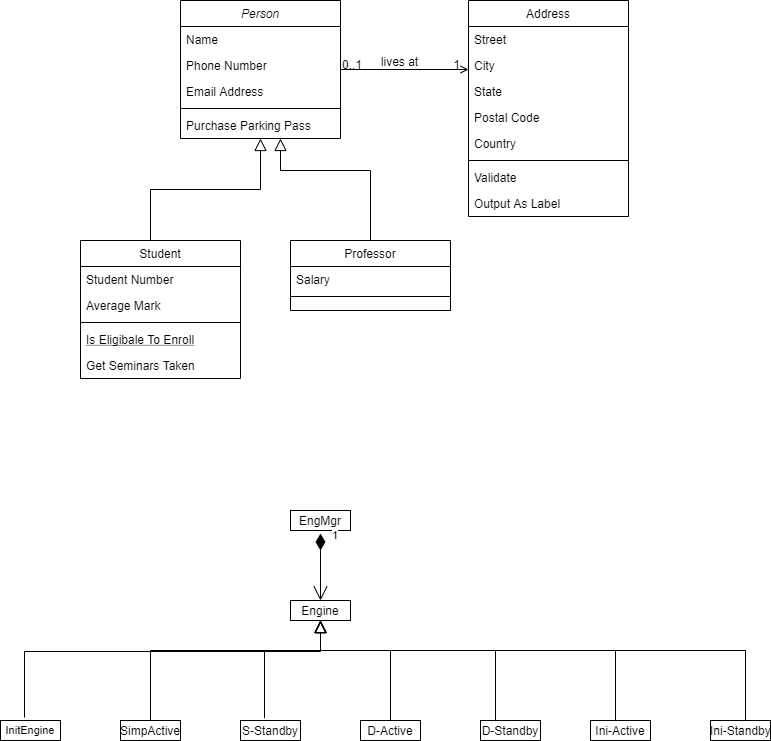
Above: UML/Engine.png in Steve888888/FN-Redundancy (draw.io), before the change. Source tidied: cells renumbered, new cells last; positions are measured from the earlier drawing's top-left corner, leaving out a move shared by most shapes. Source of this version:
```xml
<mxGraphModel>
  <root>
    <mxCell id="0" />
    <mxCell id="1" parent="0" />
    <mxCell id="2" value="Person" style="swimlane;fontStyle=2;align=center;verticalAlign=top;horizontal=1;startSize=26;rounded=0;shadow=0;strokeWidth=1;" parent="1" vertex="1">
      <mxGeometry x="180" width="160" height="138" as="geometry" />
    </mxCell>
    <mxCell id="3" value="Name" style="text;align=left;verticalAlign=top;spacingLeft=4;spacingRight=4;overflow=hidden;" parent="2" vertex="1">
      <mxGeometry y="26" width="160" height="26" as="geometry" />
    </mxCell>
    <mxCell id="4" value="Phone Number" style="text;align=left;verticalAlign=top;spacingLeft=4;spacingRight=4;overflow=hidden;rounded=0;shadow=0;html=0;" parent="2" vertex="1">
      <mxGeometry y="52" width="160" height="26" as="geometry" />
    </mxCell>
    <mxCell id="5" value="Email Address" style="text;align=left;verticalAlign=top;spacingLeft=4;spacingRight=4;overflow=hidden;rounded=0;shadow=0;html=0;" parent="2" vertex="1">
      <mxGeometry y="78" width="160" height="26" as="geometry" />
    </mxCell>
    <mxCell id="6" style="line;html=1;strokeWidth=1;align=left;verticalAlign=middle;spacingTop=-1;spacingLeft=3;spacingRight=3;labelPosition=right;" parent="2" vertex="1">
      <mxGeometry y="104" width="160" height="8" as="geometry" />
    </mxCell>
    <mxCell id="7" value="Purchase Parking Pass" style="text;align=left;verticalAlign=top;spacingLeft=4;spacingRight=4;overflow=hidden;" parent="2" vertex="1">
      <mxGeometry y="112" width="160" height="26" as="geometry" />
    </mxCell>
    <mxCell id="8" value="Student" style="swimlane;fontStyle=0;align=center;verticalAlign=top;horizontal=1;startSize=26;rounded=0;shadow=0;strokeWidth=1;" parent="1" vertex="1">
      <mxGeometry x="80" y="240" width="160" height="138" as="geometry" />
    </mxCell>
    <mxCell id="9" value="Student Number" style="text;align=left;verticalAlign=top;spacingLeft=4;spacingRight=4;overflow=hidden;" parent="8" vertex="1">
      <mxGeometry y="26" width="160" height="26" as="geometry" />
    </mxCell>
    <mxCell id="10" value="Average Mark" style="text;align=left;verticalAlign=top;spacingLeft=4;spacingRight=4;overflow=hidden;rounded=0;shadow=0;html=0;" parent="8" vertex="1">
      <mxGeometry y="52" width="160" height="26" as="geometry" />
    </mxCell>
    <mxCell id="11" style="line;html=1;strokeWidth=1;align=left;verticalAlign=middle;spacingTop=-1;spacingLeft=3;spacingRight=3;labelPosition=right;" parent="8" vertex="1">
      <mxGeometry y="78" width="160" height="8" as="geometry" />
    </mxCell>
    <mxCell id="12" value="Is Eligibale To Enroll" style="text;align=left;verticalAlign=top;spacingLeft=4;spacingRight=4;overflow=hidden;fontStyle=4;" parent="8" vertex="1">
      <mxGeometry y="86" width="160" height="26" as="geometry" />
    </mxCell>
    <mxCell id="13" value="Get Seminars Taken" style="text;align=left;verticalAlign=top;spacingLeft=4;spacingRight=4;overflow=hidden;" parent="8" vertex="1">
      <mxGeometry y="112" width="160" height="26" as="geometry" />
    </mxCell>
    <mxCell id="14" style="endArrow=block;endSize=10;endFill=0;shadow=0;strokeWidth=1;rounded=0;edgeStyle=elbowEdgeStyle;elbow=vertical;" parent="1" edge="1" source="8" target="2">
      <mxGeometry relative="1" as="geometry">
        <Array as="points">
          <mxPoint x="150" y="189" />
        </Array>
      </mxGeometry>
    </mxCell>
    <mxCell id="15" value="Professor" style="swimlane;fontStyle=0;align=center;verticalAlign=top;horizontal=1;startSize=26;rounded=0;shadow=0;strokeWidth=1;" parent="1" vertex="1">
      <mxGeometry x="290" y="240" width="160" height="70" as="geometry" />
    </mxCell>
    <mxCell id="16" value="Salary" style="text;align=left;verticalAlign=top;spacingLeft=4;spacingRight=4;overflow=hidden;" parent="15" vertex="1">
      <mxGeometry y="26" width="160" height="26" as="geometry" />
    </mxCell>
    <mxCell id="17" style="line;html=1;strokeWidth=1;align=left;verticalAlign=middle;spacingTop=-1;spacingLeft=3;spacingRight=3;labelPosition=right;" parent="15" vertex="1">
      <mxGeometry y="52" width="160" height="8" as="geometry" />
    </mxCell>
    <mxCell id="18" style="endArrow=block;endSize=10;endFill=0;shadow=0;strokeWidth=1;rounded=0;edgeStyle=elbowEdgeStyle;elbow=vertical;" parent="1" edge="1" source="15" target="2">
      <mxGeometry relative="1" as="geometry">
        <Array as="points">
          <mxPoint x="280" y="170" />
        </Array>
      </mxGeometry>
    </mxCell>
    <mxCell id="19" value="Address" style="swimlane;fontStyle=0;align=center;verticalAlign=top;horizontal=1;startSize=26;rounded=0;shadow=0;strokeWidth=1;" parent="1" vertex="1">
      <mxGeometry x="468" width="160" height="216" as="geometry" />
    </mxCell>
    <mxCell id="20" value="Street" style="text;align=left;verticalAlign=top;spacingLeft=4;spacingRight=4;overflow=hidden;" parent="19" vertex="1">
      <mxGeometry y="26" width="160" height="26" as="geometry" />
    </mxCell>
    <mxCell id="21" value="City" style="text;align=left;verticalAlign=top;spacingLeft=4;spacingRight=4;overflow=hidden;rounded=0;shadow=0;html=0;" parent="19" vertex="1">
      <mxGeometry y="52" width="160" height="26" as="geometry" />
    </mxCell>
    <mxCell id="22" value="State" style="text;align=left;verticalAlign=top;spacingLeft=4;spacingRight=4;overflow=hidden;rounded=0;shadow=0;html=0;" parent="19" vertex="1">
      <mxGeometry y="78" width="160" height="26" as="geometry" />
    </mxCell>
    <mxCell id="23" value="Postal Code" style="text;align=left;verticalAlign=top;spacingLeft=4;spacingRight=4;overflow=hidden;rounded=0;shadow=0;html=0;" parent="19" vertex="1">
      <mxGeometry y="104" width="160" height="26" as="geometry" />
    </mxCell>
    <mxCell id="24" value="Country" style="text;align=left;verticalAlign=top;spacingLeft=4;spacingRight=4;overflow=hidden;rounded=0;shadow=0;html=0;" parent="19" vertex="1">
      <mxGeometry y="130" width="160" height="26" as="geometry" />
    </mxCell>
    <mxCell id="25" style="line;html=1;strokeWidth=1;align=left;verticalAlign=middle;spacingTop=-1;spacingLeft=3;spacingRight=3;labelPosition=right;" parent="19" vertex="1">
      <mxGeometry y="156" width="160" height="8" as="geometry" />
    </mxCell>
    <mxCell id="26" value="Validate" style="text;align=left;verticalAlign=top;spacingLeft=4;spacingRight=4;overflow=hidden;" parent="19" vertex="1">
      <mxGeometry y="164" width="160" height="26" as="geometry" />
    </mxCell>
    <mxCell id="27" value="Output As Label" style="text;align=left;verticalAlign=top;spacingLeft=4;spacingRight=4;overflow=hidden;" parent="19" vertex="1">
      <mxGeometry y="190" width="160" height="26" as="geometry" />
    </mxCell>
    <mxCell id="28" style="endArrow=open;shadow=0;strokeWidth=1;rounded=0;endFill=1;edgeStyle=elbowEdgeStyle;elbow=vertical;" parent="1" edge="1" source="2" target="19">
      <mxGeometry x="0.5" y="41" relative="1" as="geometry">
        <mxPoint x="-40" y="32" as="offset" />
      </mxGeometry>
    </mxCell>
    <mxCell id="29" value="0..1" style="align=left;verticalAlign=bottom;labelBackgroundColor=none;fontSize=12;" parent="28" vertex="1">
      <mxGeometry x="-1" relative="1" as="geometry">
        <mxPoint y="4" as="offset" />
      </mxGeometry>
    </mxCell>
    <mxCell id="30" value="1" style="align=right;verticalAlign=bottom;labelBackgroundColor=none;fontSize=12;" parent="28" vertex="1">
      <mxGeometry x="1" relative="1" as="geometry">
        <mxPoint x="-7" y="4" as="offset" />
      </mxGeometry>
    </mxCell>
    <mxCell id="31" value="lives at" style="text;html=1;align=center;verticalAlign=middle;labelBackgroundColor=none;rounded=0;shadow=0;strokeWidth=1;fontSize=12;" parent="28" vertex="1">
      <mxGeometry x="0.5" y="49" relative="1" as="geometry">
        <mxPoint x="-38" y="40" as="offset" />
      </mxGeometry>
    </mxCell>
    <mxCell id="32" value="&lt;p style=&quot;margin: 0px ; margin-top: 4px ; text-align: center&quot;&gt;Engine&lt;/p&gt;&lt;hr size=&quot;1&quot;&gt;&lt;div style=&quot;height: 2px&quot;&gt;&lt;/div&gt;" style="verticalAlign=top;align=left;overflow=fill;fontSize=12;fontFamily=Helvetica;html=1;" parent="1" vertex="1">
      <mxGeometry x="290" y="600" width="60" height="20" as="geometry" />
    </mxCell>
    <mxCell id="33" style="endArrow=block;endSize=10;endFill=0;shadow=0;strokeWidth=1;rounded=0;edgeStyle=elbowEdgeStyle;elbow=vertical;" parent="1" edge="1">
      <mxGeometry relative="1" as="geometry">
        <mxPoint x="390" y="720" as="sourcePoint" />
        <mxPoint x="320" y="620" as="targetPoint" />
        <Array as="points">
          <mxPoint x="300" y="650" />
        </Array>
      </mxGeometry>
    </mxCell>
    <mxCell id="34" value="&lt;p style=&quot;margin: 4px 0px 0px ; text-align: center ; font-size: 11px&quot;&gt;&lt;font style=&quot;font-size: 11px&quot;&gt;InitEngine&lt;br&gt;&lt;/font&gt;&lt;/p&gt;&lt;hr size=&quot;1&quot; style=&quot;font-size: 11px&quot;&gt;&lt;div style=&quot;height: 2px ; font-size: 11px&quot;&gt;&lt;/div&gt;" style="verticalAlign=top;align=left;overflow=fill;fontSize=12;fontFamily=Helvetica;html=1;" parent="1" vertex="1">
      <mxGeometry y="720" width="60" height="20" as="geometry" />
    </mxCell>
    <mxCell id="35" value="&lt;p style=&quot;margin: 4px 0px 0px ; text-align: center&quot;&gt;SimpActive&lt;br&gt;&lt;/p&gt;" style="verticalAlign=top;align=left;overflow=fill;fontSize=12;fontFamily=Helvetica;html=1;" parent="1" vertex="1">
      <mxGeometry x="120" y="720" width="60" height="20" as="geometry" />
    </mxCell>
    <mxCell id="36" value="&lt;p style=&quot;margin: 0px ; margin-top: 4px ; text-align: center&quot;&gt;D-Active&lt;/p&gt;&lt;hr size=&quot;1&quot;&gt;&lt;div style=&quot;height: 2px&quot;&gt;&lt;/div&gt;" style="verticalAlign=top;align=left;overflow=fill;fontSize=12;fontFamily=Helvetica;html=1;" parent="1" vertex="1">
      <mxGeometry x="360" y="720" width="60" height="20" as="geometry" />
    </mxCell>
    <mxCell id="37" value="&lt;p style=&quot;margin: 0px ; margin-top: 4px ; text-align: center&quot;&gt;D-Standby&lt;br&gt;&lt;/p&gt;&lt;hr size=&quot;1&quot;&gt;&lt;div style=&quot;height: 2px&quot;&gt;&lt;/div&gt;" style="verticalAlign=top;align=left;overflow=fill;fontSize=12;fontFamily=Helvetica;html=1;" parent="1" vertex="1">
      <mxGeometry x="480" y="720" width="60" height="20" as="geometry" />
    </mxCell>
    <mxCell id="38" value="&lt;p style=&quot;margin: 0px ; margin-top: 4px ; text-align: center&quot;&gt;Ini-Active&lt;/p&gt;" style="verticalAlign=top;align=left;overflow=fill;fontSize=12;fontFamily=Helvetica;html=1;" parent="1" vertex="1">
      <mxGeometry x="590" y="720" width="60" height="20" as="geometry" />
    </mxCell>
    <mxCell id="39" value="&lt;p style=&quot;margin: 0px ; margin-top: 4px ; text-align: center&quot;&gt;S-Standby&lt;/p&gt;" style="verticalAlign=top;align=left;overflow=fill;fontSize=12;fontFamily=Helvetica;html=1;" parent="1" vertex="1">
      <mxGeometry x="240" y="720" width="60" height="20" as="geometry" />
    </mxCell>
    <mxCell id="40" value="&lt;p style=&quot;margin: 0px ; margin-top: 4px ; text-align: center&quot;&gt;&lt;/p&gt;&lt;div style=&quot;height: 2px&quot;&gt;Ini-Standby&lt;/div&gt;" style="verticalAlign=top;align=left;overflow=fill;fontSize=12;fontFamily=Helvetica;html=1;" parent="1" vertex="1">
      <mxGeometry x="710" y="720" width="60" height="20" as="geometry" />
    </mxCell>
    <mxCell id="41" style="endArrow=block;endSize=10;endFill=0;shadow=0;strokeWidth=1;rounded=0;edgeStyle=elbowEdgeStyle;elbow=vertical;" parent="1" edge="1">
      <mxGeometry relative="1" as="geometry">
        <mxPoint x="495" y="720" as="sourcePoint" />
        <mxPoint x="320" y="620" as="targetPoint" />
        <Array as="points">
          <mxPoint x="420" y="650" />
        </Array>
      </mxGeometry>
    </mxCell>
    <mxCell id="42" style="endArrow=block;endSize=10;endFill=0;shadow=0;strokeWidth=1;rounded=0;edgeStyle=elbowEdgeStyle;elbow=vertical;" parent="1" edge="1">
      <mxGeometry relative="1" as="geometry">
        <mxPoint x="615" y="720" as="sourcePoint" />
        <mxPoint x="320" y="620" as="targetPoint" />
        <Array as="points">
          <mxPoint x="540" y="650" />
        </Array>
      </mxGeometry>
    </mxCell>
    <mxCell id="43" style="endArrow=block;endSize=10;endFill=0;shadow=0;strokeWidth=1;rounded=0;edgeStyle=elbowEdgeStyle;elbow=vertical;" parent="1" edge="1">
      <mxGeometry relative="1" as="geometry">
        <mxPoint x="745" y="720" as="sourcePoint" />
        <mxPoint x="320" y="620" as="targetPoint" />
        <Array as="points">
          <mxPoint x="670" y="650" />
        </Array>
      </mxGeometry>
    </mxCell>
    <mxCell id="44" style="endArrow=block;endSize=10;endFill=0;shadow=0;strokeWidth=1;rounded=0;edgeStyle=elbowEdgeStyle;elbow=vertical;exitX=0.4;exitY=-0.15;exitDx=0;exitDy=0;exitPerimeter=0;" parent="1" edge="1" source="34">
      <mxGeometry relative="1" as="geometry">
        <mxPoint x="320" y="620" as="targetPoint" />
        <Array as="points">
          <mxPoint x="110" y="651" />
        </Array>
      </mxGeometry>
    </mxCell>
    <mxCell id="45" style="endArrow=block;endSize=10;endFill=0;shadow=0;strokeWidth=1;rounded=0;edgeStyle=elbowEdgeStyle;elbow=vertical;exitX=0.5;exitY=0;exitDx=0;exitDy=0;" parent="1" edge="1" source="35">
      <mxGeometry relative="1" as="geometry">
        <mxPoint x="320" y="620" as="targetPoint" />
        <Array as="points">
          <mxPoint x="230" y="650" />
        </Array>
      </mxGeometry>
    </mxCell>
    <mxCell id="46" style="endArrow=block;endSize=10;endFill=0;shadow=0;strokeWidth=1;rounded=0;edgeStyle=elbowEdgeStyle;elbow=vertical;exitX=0.4;exitY=-0.117;exitDx=0;exitDy=0;exitPerimeter=0;" parent="1" edge="1" source="39">
      <mxGeometry relative="1" as="geometry">
        <mxPoint x="320" y="620" as="targetPoint" />
        <Array as="points">
          <mxPoint x="280" y="650" />
          <mxPoint x="290" y="670" />
          <mxPoint x="220" y="681" />
        </Array>
      </mxGeometry>
    </mxCell>
    <mxCell id="47" value="&lt;p style=&quot;margin: 0px ; margin-top: 4px ; text-align: center&quot;&gt;EngMgr&lt;/p&gt;&lt;hr size=&quot;1&quot;&gt;&lt;div style=&quot;height: 2px&quot;&gt;&lt;/div&gt;" style="verticalAlign=top;align=left;overflow=fill;fontSize=12;fontFamily=Helvetica;html=1;" parent="1" vertex="1">
      <mxGeometry x="290" y="510" width="60" height="20" as="geometry" />
    </mxCell>
    <mxCell id="48" value="1" style="endArrow=open;html=1;endSize=12;startArrow=diamondThin;startSize=14;startFill=1;edgeStyle=orthogonalEdgeStyle;align=left;verticalAlign=bottom;" parent="1" edge="1" target="32">
      <mxGeometry x="-0.6" y="10" relative="1" as="geometry">
        <mxPoint x="320" y="550" as="sourcePoint" />
        <Array as="points">
          <mxPoint x="320" y="540" />
          <mxPoint x="320" y="540" />
        </Array>
      </mxGeometry>
    </mxCell>
  </root>
</mxGraphModel>
```
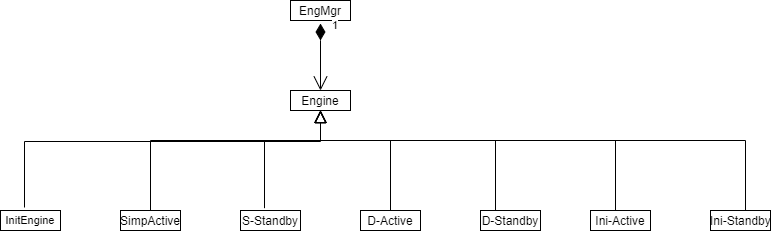
The same diagram one commit later.

Change to the diagram source:
```diff
@@ -2,112 +2,6 @@
   <root>
     <mxCell id="0" />
     <mxCell id="1" parent="0" />
-    <mxCell id="2" value="Person" style="swimlane;fontStyle=2;align=center;verticalAlign=top;horizontal=1;startSize=26;rounded=0;shadow=0;strokeWidth=1;" parent="1" vertex="1">
-      <mxGeometry x="180" width="160" height="138" as="geometry" />
-    </mxCell>
-    <mxCell id="3" value="Name" style="text;align=left;verticalAlign=top;spacingLeft=4;spacingRight=4;overflow=hidden;" parent="2" vertex="1">
-      <mxGeometry y="26" width="160" height="26" as="geometry" />
-    </mxCell>
-    <mxCell id="4" value="Phone Number" style="text;align=left;verticalAlign=top;spacingLeft=4;spacingRight=4;overflow=hidden;rounded=0;shadow=0;html=0;" parent="2" vertex="1">
-      <mxGeometry y="52" width="160" height="26" as="geometry" />
-    </mxCell>
-    <mxCell id="5" value="Email Address" style="text;align=left;verticalAlign=top;spacingLeft=4;spacingRight=4;overflow=hidden;rounded=0;shadow=0;html=0;" parent="2" vertex="1">
-      <mxGeometry y="78" width="160" height="26" as="geometry" />
-    </mxCell>
-    <mxCell id="6" style="line;html=1;strokeWidth=1;align=left;verticalAlign=middle;spacingTop=-1;spacingLeft=3;spacingRight=3;labelPosition=right;" parent="2" vertex="1">
-      <mxGeometry y="104" width="160" height="8" as="geometry" />
-    </mxCell>
-    <mxCell id="7" value="Purchase Parking Pass" style="text;align=left;verticalAlign=top;spacingLeft=4;spacingRight=4;overflow=hidden;" parent="2" vertex="1">
-      <mxGeometry y="112" width="160" height="26" as="geometry" />
-    </mxCell>
-    <mxCell id="8" value="Student" style="swimlane;fontStyle=0;align=center;verticalAlign=top;horizontal=1;startSize=26;rounded=0;shadow=0;strokeWidth=1;" parent="1" vertex="1">
-      <mxGeometry x="80" y="240" width="160" height="138" as="geometry" />
-    </mxCell>
-    <mxCell id="9" value="Student Number" style="text;align=left;verticalAlign=top;spacingLeft=4;spacingRight=4;overflow=hidden;" parent="8" vertex="1">
-      <mxGeometry y="26" width="160" height="26" as="geometry" />
-    </mxCell>
-    <mxCell id="10" value="Average Mark" style="text;align=left;verticalAlign=top;spacingLeft=4;spacingRight=4;overflow=hidden;rounded=0;shadow=0;html=0;" parent="8" vertex="1">
-      <mxGeometry y="52" width="160" height="26" as="geometry" />
-    </mxCell>
-    <mxCell id="11" style="line;html=1;strokeWidth=1;align=left;verticalAlign=middle;spacingTop=-1;spacingLeft=3;spacingRight=3;labelPosition=right;" parent="8" vertex="1">
-      <mxGeometry y="78" width="160" height="8" as="geometry" />
-    </mxCell>
-    <mxCell id="12" value="Is Eligibale To Enroll" style="text;align=left;verticalAlign=top;spacingLeft=4;spacingRight=4;overflow=hidden;fontStyle=4;" parent="8" vertex="1">
-      <mxGeometry y="86" width="160" height="26" as="geometry" />
-    </mxCell>
-    <mxCell id="13" value="Get Seminars Taken" style="text;align=left;verticalAlign=top;spacingLeft=4;spacingRight=4;overflow=hidden;" parent="8" vertex="1">
-      <mxGeometry y="112" width="160" height="26" as="geometry" />
-    </mxCell>
-    <mxCell id="14" style="endArrow=block;endSize=10;endFill=0;shadow=0;strokeWidth=1;rounded=0;edgeStyle=elbowEdgeStyle;elbow=vertical;" parent="1" edge="1" source="8" target="2">
-      <mxGeometry relative="1" as="geometry">
-        <Array as="points">
-          <mxPoint x="150" y="189" />
-        </Array>
-      </mxGeometry>
-    </mxCell>
-    <mxCell id="15" value="Professor" style="swimlane;fontStyle=0;align=center;verticalAlign=top;horizontal=1;startSize=26;rounded=0;shadow=0;strokeWidth=1;" parent="1" vertex="1">
-      <mxGeometry x="290" y="240" width="160" height="70" as="geometry" />
-    </mxCell>
-    <mxCell id="16" value="Salary" style="text;align=left;verticalAlign=top;spacingLeft=4;spacingRight=4;overflow=hidden;" parent="15" vertex="1">
-      <mxGeometry y="26" width="160" height="26" as="geometry" />
-    </mxCell>
-    <mxCell id="17" style="line;html=1;strokeWidth=1;align=left;verticalAlign=middle;spacingTop=-1;spacingLeft=3;spacingRight=3;labelPosition=right;" parent="15" vertex="1">
-      <mxGeometry y="52" width="160" height="8" as="geometry" />
-    </mxCell>
-    <mxCell id="18" style="endArrow=block;endSize=10;endFill=0;shadow=0;strokeWidth=1;rounded=0;edgeStyle=elbowEdgeStyle;elbow=vertical;" parent="1" edge="1" source="15" target="2">
-      <mxGeometry relative="1" as="geometry">
-        <Array as="points">
-          <mxPoint x="280" y="170" />
-        </Array>
-      </mxGeometry>
-    </mxCell>
-    <mxCell id="19" value="Address" style="swimlane;fontStyle=0;align=center;verticalAlign=top;horizontal=1;startSize=26;rounded=0;shadow=0;strokeWidth=1;" parent="1" vertex="1">
-      <mxGeometry x="468" width="160" height="216" as="geometry" />
-    </mxCell>
-    <mxCell id="20" value="Street" style="text;align=left;verticalAlign=top;spacingLeft=4;spacingRight=4;overflow=hidden;" parent="19" vertex="1">
-      <mxGeometry y="26" width="160" height="26" as="geometry" />
-    </mxCell>
-    <mxCell id="21" value="City" style="text;align=left;verticalAlign=top;spacingLeft=4;spacingRight=4;overflow=hidden;rounded=0;shadow=0;html=0;" parent="19" vertex="1">
-      <mxGeometry y="52" width="160" height="26" as="geometry" />
-    </mxCell>
-    <mxCell id="22" value="State" style="text;align=left;verticalAlign=top;spacingLeft=4;spacingRight=4;overflow=hidden;rounded=0;shadow=0;html=0;" parent="19" vertex="1">
-      <mxGeometry y="78" width="160" height="26" as="geometry" />
-    </mxCell>
-    <mxCell id="23" value="Postal Code" style="text;align=left;verticalAlign=top;spacingLeft=4;spacingRight=4;overflow=hidden;rounded=0;shadow=0;html=0;" parent="19" vertex="1">
-      <mxGeometry y="104" width="160" height="26" as="geometry" />
-    </mxCell>
-    <mxCell id="24" value="Country" style="text;align=left;verticalAlign=top;spacingLeft=4;spacingRight=4;overflow=hidden;rounded=0;shadow=0;html=0;" parent="19" vertex="1">
-      <mxGeometry y="130" width="160" height="26" as="geometry" />
-    </mxCell>
-    <mxCell id="25" style="line;html=1;strokeWidth=1;align=left;verticalAlign=middle;spacingTop=-1;spacingLeft=3;spacingRight=3;labelPosition=right;" parent="19" vertex="1">
-      <mxGeometry y="156" width="160" height="8" as="geometry" />
-    </mxCell>
-    <mxCell id="26" value="Validate" style="text;align=left;verticalAlign=top;spacingLeft=4;spacingRight=4;overflow=hidden;" parent="19" vertex="1">
-      <mxGeometry y="164" width="160" height="26" as="geometry" />
-    </mxCell>
-    <mxCell id="27" value="Output As Label" style="text;align=left;verticalAlign=top;spacingLeft=4;spacingRight=4;overflow=hidden;" parent="19" vertex="1">
-      <mxGeometry y="190" width="160" height="26" as="geometry" />
-    </mxCell>
-    <mxCell id="28" style="endArrow=open;shadow=0;strokeWidth=1;rounded=0;endFill=1;edgeStyle=elbowEdgeStyle;elbow=vertical;" parent="1" edge="1" source="2" target="19">
-      <mxGeometry x="0.5" y="41" relative="1" as="geometry">
-        <mxPoint x="-40" y="32" as="offset" />
-      </mxGeometry>
-    </mxCell>
-    <mxCell id="29" value="0..1" style="align=left;verticalAlign=bottom;labelBackgroundColor=none;fontSize=12;" parent="28" vertex="1">
-      <mxGeometry x="-1" relative="1" as="geometry">
-        <mxPoint y="4" as="offset" />
-      </mxGeometry>
-    </mxCell>
-    <mxCell id="30" value="1" style="align=right;verticalAlign=bottom;labelBackgroundColor=none;fontSize=12;" parent="28" vertex="1">
-      <mxGeometry x="1" relative="1" as="geometry">
-        <mxPoint x="-7" y="4" as="offset" />
-      </mxGeometry>
-    </mxCell>
-    <mxCell id="31" value="lives at" style="text;html=1;align=center;verticalAlign=middle;labelBackgroundColor=none;rounded=0;shadow=0;strokeWidth=1;fontSize=12;" parent="28" vertex="1">
-      <mxGeometry x="0.5" y="49" relative="1" as="geometry">
-        <mxPoint x="-38" y="40" as="offset" />
-      </mxGeometry>
-    </mxCell>
     <mxCell id="32" value="&lt;p style=&quot;margin: 0px ; margin-top: 4px ; text-align: center&quot;&gt;Engine&lt;/p&gt;&lt;hr size=&quot;1&quot;&gt;&lt;div style=&quot;height: 2px&quot;&gt;&lt;/div&gt;" style="verticalAlign=top;align=left;overflow=fill;fontSize=12;fontFamily=Helvetica;html=1;" parent="1" vertex="1">
       <mxGeometry x="290" y="600" width="60" height="20" as="geometry" />
     </mxCell>
```
